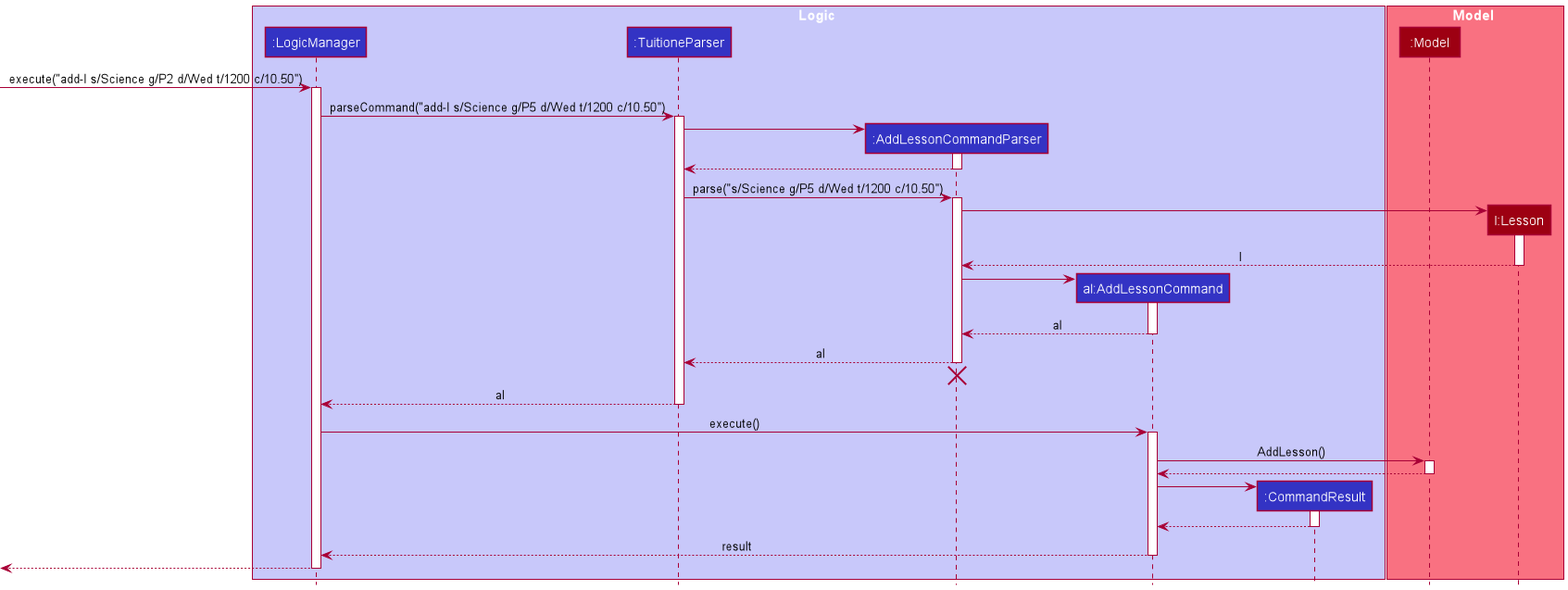
This is docs/images/DeveloperGuideImage/AddLessonSequenceDiagram.png from nus-cs2103-AY2122S1/tp, a PlantUML export, as it was before one commit.
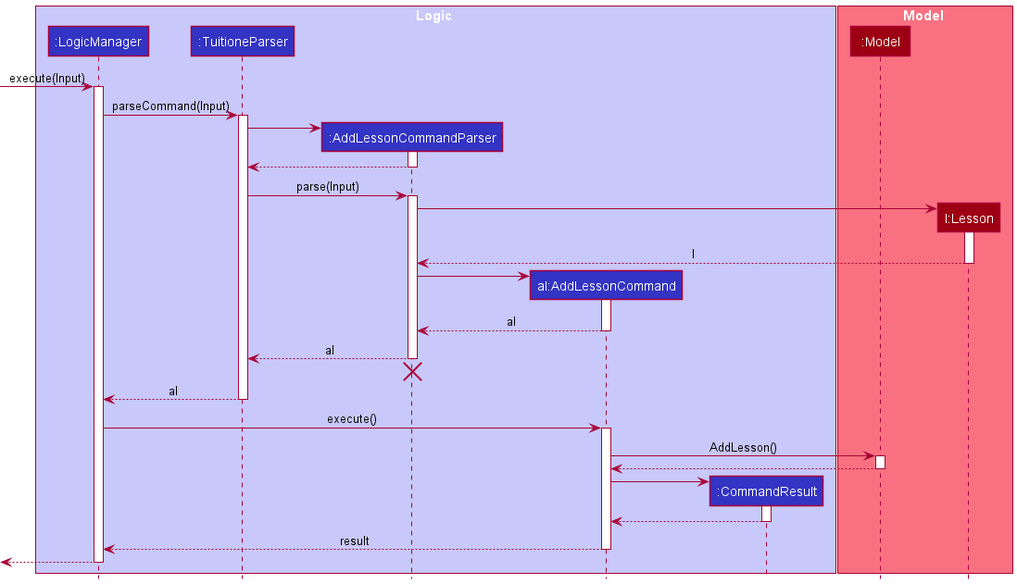
Later version of the same file.

The edit, as a diff of the source:
```diff
@@ -14,10 +14,10 @@
 participant "l:Lesson" as Lesson MODEL_COLOR
 end box
 
-[-> LogicManager : execute("add-l s/Science g/P2 d/Wed t/1200 c/10.50")
+[-> LogicManager : execute(Input)
 activate LogicManager
 
-LogicManager -> TuitioneParser : parseCommand("add-l s/Science g/P5 d/Wed t/1200 c/10.50")
+LogicManager -> TuitioneParser : parseCommand(Input)
 activate TuitioneParser
 
 create AddLessonCommandParser
@@ -27,7 +27,7 @@
 AddLessonCommandParser --> TuitioneParser
 deactivate AddLessonCommandParser
 
-TuitioneParser -> AddLessonCommandParser : parse("s/Science g/P5 d/Wed t/1200 c/10.50")
+TuitioneParser -> AddLessonCommandParser : parse(Input)
 activate AddLessonCommandParser
 
 create Lesson
```
